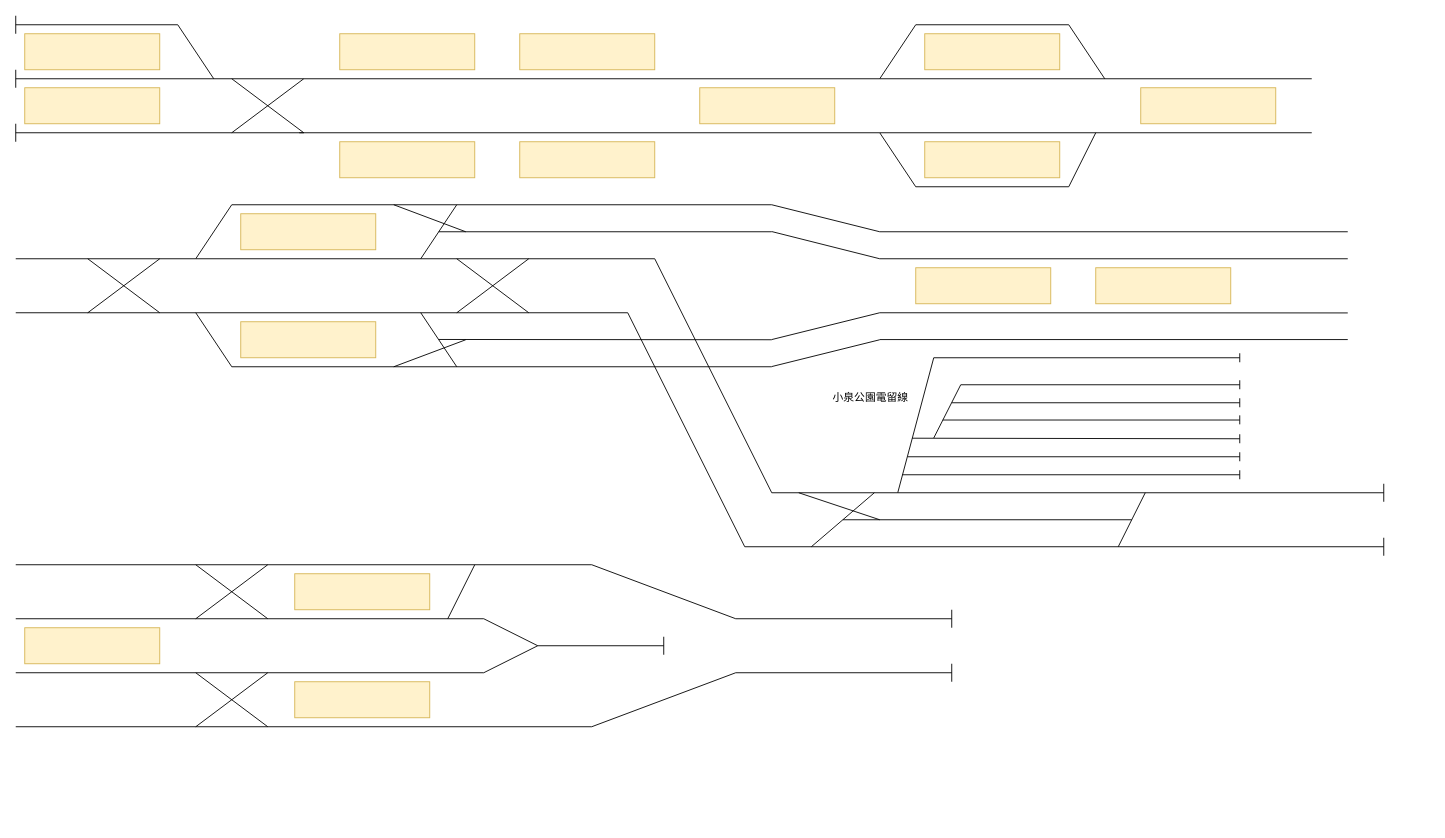
Earlier version of the draw.io diagram Documentation/References/中田鉄道配線図.drawio (neko3141592/Nakatetsu). Source tidied: cells renumbered, new cells numbered last; positions are measured from the earlier drawing's top-left corner, leaving out a move shared by most shapes. Both pictures are drawn from the tidied source at 90%, with x=0, y=0 at pixel (15, 15).
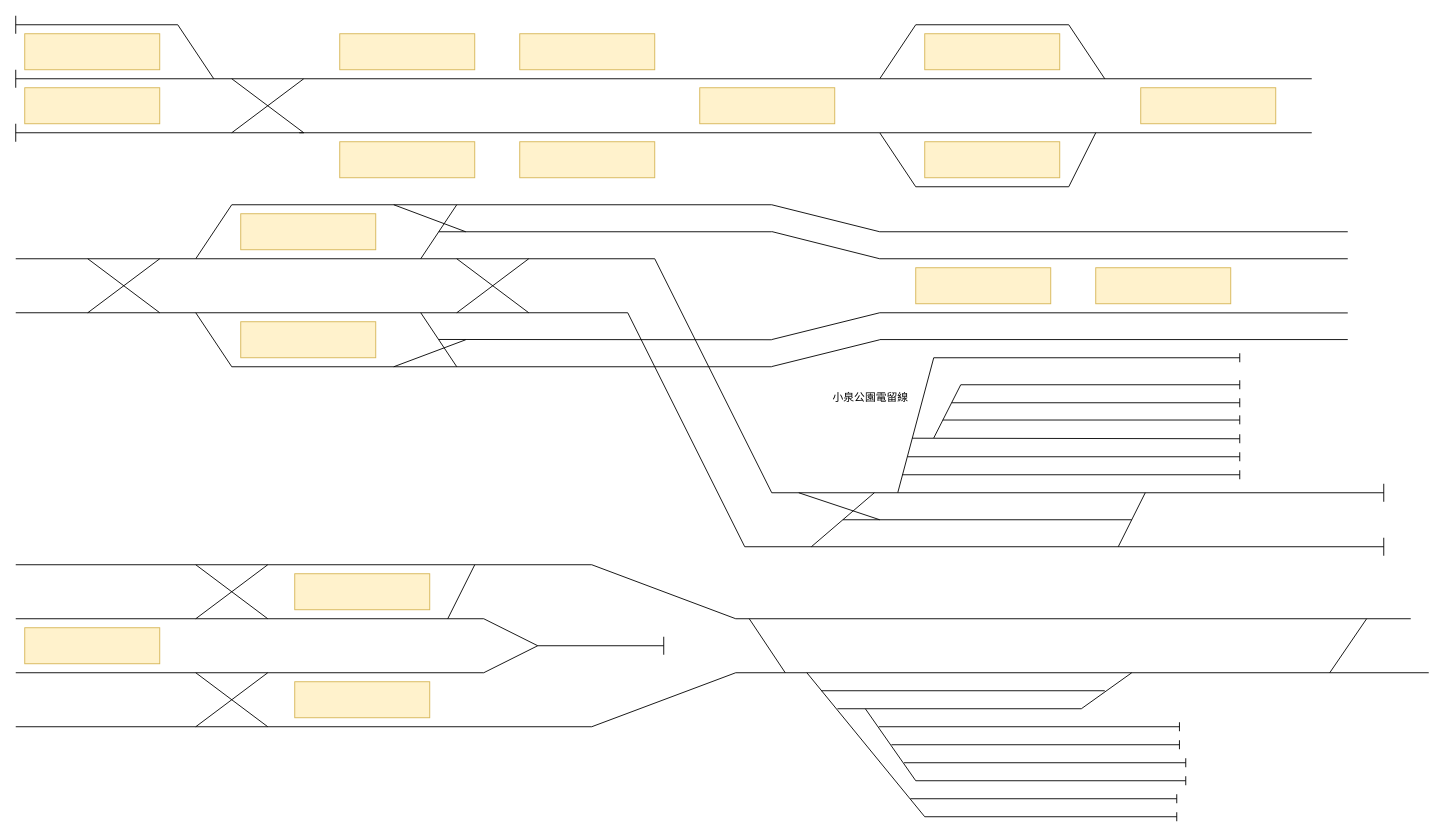
The same diagram, later.

What changed in the source:
```diff
@@
-    <mxCell id="97" style="endArrow=none;html=1;rounded=0;" parent="1" edge="1">
-      <mxGeometry relative="1" as="geometry">
-        <mxPoint x="1040" y="680" as="sourcePoint" />
-        <mxPoint x="1040" y="660" as="targetPoint" />
-      </mxGeometry>
-    </mxCell>
@@
     <mxCell id="100" style="endArrow=none;html=1;rounded=0;snapToPoint=1;" parent="1" edge="1">
       <mxGeometry relative="1" as="geometry">
         <mxPoint x="800" y="670" as="sourcePoint" />
-        <mxPoint x="1040" y="670" as="targetPoint" />
+        <mxPoint x="1550" y="670" as="targetPoint" />
       </mxGeometry>
     </mxCell>
@@
     <mxCell id="104" style="endArrow=none;html=1;rounded=0;snapToPoint=1;" parent="1" edge="1">
       <mxGeometry relative="1" as="geometry">
         <mxPoint x="800" y="730" as="sourcePoint" />
-        <mxPoint x="1040" y="730" as="targetPoint" />
+        <mxPoint x="1570" y="730" as="targetPoint" />
       </mxGeometry>
     </mxCell>
-    <mxCell id="105" style="endArrow=none;html=1;rounded=0;" parent="1" edge="1">
-      <mxGeometry relative="1" as="geometry">
-        <mxPoint x="1040" y="740" as="sourcePoint" />
-        <mxPoint x="1040" y="720" as="targetPoint" />
-      </mxGeometry>
-    </mxCell>
@@
+    <mxCell id="110" style="endArrow=none;html=1;rounded=0;" parent="1" edge="1">
+      <mxGeometry relative="1" as="geometry">
+        <mxPoint x="815" y="670" as="sourcePoint" />
+        <mxPoint x="855" y="730" as="targetPoint" />
+      </mxGeometry>
+    </mxCell>
+    <mxCell id="111" value=" " style="endArrow=none;html=1;rounded=0;snapToPoint=1;" parent="1" edge="1">
+      <mxGeometry relative="1" as="geometry">
+        <mxPoint x="879" y="730" as="sourcePoint" />
+        <mxPoint x="1010" y="890" as="targetPoint" />
+      </mxGeometry>
+    </mxCell>
+    <mxCell id="112" value=" " style="endArrow=none;html=1;rounded=0;snapToPoint=1;" parent="1" edge="1">
+      <mxGeometry relative="1" as="geometry">
+        <mxPoint x="895" y="750" as="sourcePoint" />
+        <mxPoint x="1210" y="750" as="targetPoint" />
+      </mxGeometry>
+    </mxCell>
+    <mxCell id="113" value=" " style="endArrow=none;html=1;rounded=0;snapToPoint=1;" parent="1" edge="1">
+      <mxGeometry relative="1" as="geometry">
+        <mxPoint x="913" y="770" as="sourcePoint" />
+        <mxPoint x="1184" y="770" as="targetPoint" />
+      </mxGeometry>
+    </mxCell>
+    <mxCell id="114" value=" " style="endArrow=none;html=1;rounded=0;snapToPoint=1;" parent="1" edge="1">
+      <mxGeometry relative="1" as="geometry">
+        <mxPoint x="959" y="790" as="sourcePoint" />
+        <mxPoint x="1293" y="790" as="targetPoint" />
+      </mxGeometry>
+    </mxCell>
+    <mxCell id="115" value=" " style="endArrow=none;html=1;rounded=0;snapToPoint=1;" parent="1" edge="1">
+      <mxGeometry relative="1" as="geometry">
+        <mxPoint x="944" y="770" as="sourcePoint" />
+        <mxPoint x="1000" y="850" as="targetPoint" />
+      </mxGeometry>
+    </mxCell>
+    <mxCell id="116" value=" " style="endArrow=none;html=1;rounded=0;snapToPoint=1;" parent="1" edge="1">
+      <mxGeometry relative="1" as="geometry">
+        <mxPoint x="973" y="810" as="sourcePoint" />
+        <mxPoint x="1293" y="810" as="targetPoint" />
+      </mxGeometry>
+    </mxCell>
+    <mxCell id="117" value=" " style="endArrow=none;html=1;rounded=0;snapToPoint=1;" parent="1" edge="1">
+      <mxGeometry relative="1" as="geometry">
+        <mxPoint x="1240" y="730" as="sourcePoint" />
+        <mxPoint x="1184" y="770" as="targetPoint" />
+      </mxGeometry>
+    </mxCell>
+    <mxCell id="118" style="endArrow=none;html=1;rounded=0;" parent="1" edge="1">
+      <mxGeometry relative="1" as="geometry">
+        <mxPoint x="1293" y="795" as="sourcePoint" />
+        <mxPoint x="1293" y="785" as="targetPoint" />
+      </mxGeometry>
+    </mxCell>
+    <mxCell id="119" style="endArrow=none;html=1;rounded=0;" parent="1" edge="1">
+      <mxGeometry relative="1" as="geometry">
+        <mxPoint x="1293" y="815" as="sourcePoint" />
+        <mxPoint x="1293" y="805" as="targetPoint" />
+      </mxGeometry>
+    </mxCell>
+    <mxCell id="120" style="endArrow=none;html=1;rounded=0;" parent="1" edge="1">
+      <mxGeometry relative="1" as="geometry">
+        <mxPoint x="1501" y="670" as="sourcePoint" />
+        <mxPoint x="1460" y="730" as="targetPoint" />
+      </mxGeometry>
+    </mxCell>
+    <mxCell id="121" value=" " style="endArrow=none;html=1;rounded=0;snapToPoint=1;" parent="1" edge="1">
+      <mxGeometry relative="1" as="geometry">
+        <mxPoint x="994" y="870" as="sourcePoint" />
+        <mxPoint x="1290" y="870" as="targetPoint" />
+      </mxGeometry>
+    </mxCell>
+    <mxCell id="122" style="endArrow=none;html=1;rounded=0;" parent="1" edge="1">
+      <mxGeometry relative="1" as="geometry">
+        <mxPoint x="1290" y="875" as="sourcePoint" />
+        <mxPoint x="1290" y="865" as="targetPoint" />
+      </mxGeometry>
+    </mxCell>
+    <mxCell id="123" value=" " style="endArrow=none;html=1;rounded=0;snapToPoint=1;" parent="1" edge="1">
+      <mxGeometry relative="1" as="geometry">
+        <mxPoint x="987" y="830" as="sourcePoint" />
+        <mxPoint x="1300" y="830" as="targetPoint" />
+      </mxGeometry>
+    </mxCell>
+    <mxCell id="124" value=" " style="endArrow=none;html=1;rounded=0;snapToPoint=1;" parent="1" edge="1">
+      <mxGeometry relative="1" as="geometry">
+        <mxPoint x="1000" y="850" as="sourcePoint" />
+        <mxPoint x="1300" y="850" as="targetPoint" />
+      </mxGeometry>
+    </mxCell>
+    <mxCell id="125" style="endArrow=none;html=1;rounded=0;" parent="1" edge="1">
+      <mxGeometry relative="1" as="geometry">
+        <mxPoint x="1300" y="835" as="sourcePoint" />
+        <mxPoint x="1300" y="825" as="targetPoint" />
+      </mxGeometry>
+    </mxCell>
+    <mxCell id="126" style="endArrow=none;html=1;rounded=0;" parent="1" edge="1">
+      <mxGeometry relative="1" as="geometry">
+        <mxPoint x="1300" y="855" as="sourcePoint" />
+        <mxPoint x="1300" y="845" as="targetPoint" />
+      </mxGeometry>
+    </mxCell>
+    <mxCell id="127" value=" " style="endArrow=none;html=1;rounded=0;snapToPoint=1;" parent="1" edge="1">
+      <mxGeometry relative="1" as="geometry">
+        <mxPoint x="1010" y="890" as="sourcePoint" />
+        <mxPoint x="1290" y="890" as="targetPoint" />
+      </mxGeometry>
+    </mxCell>
+    <mxCell id="128" style="endArrow=none;html=1;rounded=0;" parent="1" edge="1">
+      <mxGeometry relative="1" as="geometry">
+        <mxPoint x="1290" y="895" as="sourcePoint" />
+        <mxPoint x="1290" y="885" as="targetPoint" />
+      </mxGeometry>
+    </mxCell>
```
